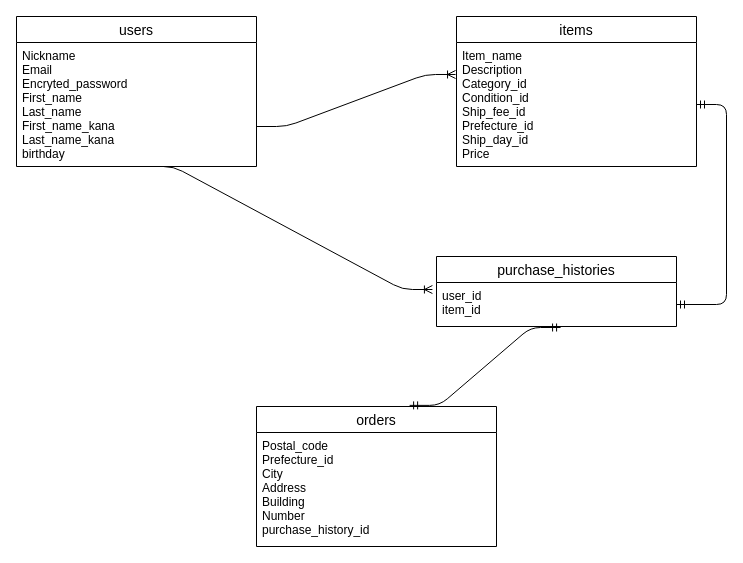
Before: ER図.dio in ogguraaaaa/furima-36552, a draw.io diagram. Source tidied: cells renumbered, new cells numbered last; positions are measured from the earlier drawing's top-left corner, leaving out a move shared by most shapes. Both pictures are drawn from the tidied source at 100%, with x=0, y=0 at pixel (16, 16).
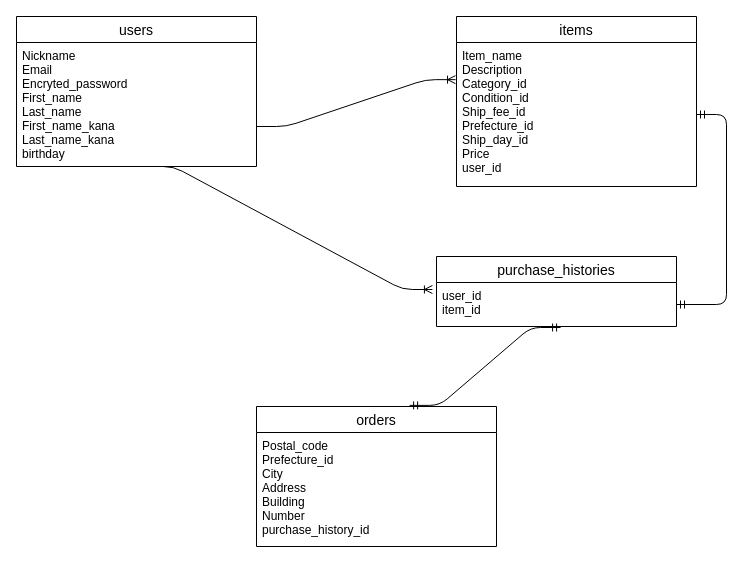
After the change.

Commit message (it also covers changes not shown here):
null: falseに修正

Diff of the diagram source:
```diff
@@
 <mxGraphModel>
   <root>
     <mxCell id="0" />
     <mxCell id="1" parent="0" />
     <mxCell id="2" value="users" style="swimlane;fontStyle=0;horizontal=1;startSize=26;align=center;fontSize=14;" parent="1" vertex="1">
       <mxGeometry width="240" height="150" as="geometry" />
     </mxCell>
     <mxCell id="3" value="Nickname&#10;Email&#10;Encryted_password&#10;First_name&#10;Last_name&#10;First_name_kana&#10;Last_name_kana&#10;birthday&#10;" style="text;strokeColor=none;fillColor=none;spacingLeft=4;spacingRight=4;overflow=hidden;points=[[0,0.5],[1,0.5]];portConstraint=eastwest;fontSize=12;" parent="2" vertex="1">
       <mxGeometry y="26" width="240" height="124" as="geometry" />
     </mxCell>
     <mxCell id="4" value="items" style="swimlane;fontStyle=0;horizontal=1;startSize=26;align=center;fontSize=14;" parent="1" vertex="1">
-      <mxGeometry x="440" width="240" height="150" as="geometry" />
+      <mxGeometry x="440" width="240" height="170" as="geometry" />
     </mxCell>
-    <mxCell id="5" value="Item_name&#10;Description&#10;Category_id&#10;Condition_id&#10;Ship_fee_id&#10;Prefecture_id&#10;Ship_day_id&#10;Price&#10;" style="text;strokeColor=none;fillColor=none;spacingLeft=4;spacingRight=4;overflow=hidden;points=[[0,0.5],[1,0.5]];portConstraint=eastwest;fontSize=12;" parent="4" vertex="1">
-      <mxGeometry y="26" width="240" height="124" as="geometry" />
+    <mxCell id="5" value="Item_name&#10;Description&#10;Category_id&#10;Condition_id&#10;Ship_fee_id&#10;Prefecture_id&#10;Ship_day_id&#10;Price&#10;user_id" style="text;strokeColor=none;fillColor=none;spacingLeft=4;spacingRight=4;overflow=hidden;points=[[0,0.5],[1,0.5]];portConstraint=eastwest;fontSize=12;" parent="4" vertex="1">
+      <mxGeometry y="26" width="240" height="144" as="geometry" />
     </mxCell>
     <mxCell id="6" value="orders" style="swimlane;fontStyle=0;horizontal=1;startSize=26;align=center;fontSize=14;" parent="1" vertex="1">
       <mxGeometry x="240" y="390" width="240" height="140" as="geometry" />
     </mxCell>
     <mxCell id="7" value="Postal_code&#10;Prefecture_id&#10;City&#10;Address&#10;Building&#10;Number&#10;purchase_history_id" style="text;strokeColor=none;fillColor=none;spacingLeft=4;spacingRight=4;overflow=hidden;fontSize=12;" parent="6" vertex="1">
       <mxGeometry y="26" width="240" height="114" as="geometry" />
     </mxCell>
     <mxCell id="8" value="purchase_histories" style="swimlane;fontStyle=0;horizontal=1;startSize=26;align=center;fontSize=14;" parent="1" vertex="1">
       <mxGeometry x="420" y="240" width="240" height="70" as="geometry" />
     </mxCell>
     <mxCell id="9" value="user_id&#10;item_id" style="text;strokeColor=none;fillColor=none;spacingLeft=4;spacingRight=4;overflow=hidden;points=[[0,0.5],[1,0.5]];portConstraint=eastwest;fontSize=12;" parent="8" vertex="1">
       <mxGeometry y="26" width="240" height="44" as="geometry" />
     </mxCell>
     <mxCell id="10" style="edgeStyle=entityRelationEdgeStyle;fontSize=12;html=1;endArrow=ERoneToMany;entryX=-0.004;entryY=0.258;entryDx=0;entryDy=0;entryPerimeter=0;" parent="1" edge="1" target="5">
       <mxGeometry relative="1" as="geometry">
         <mxPoint x="240" y="110" as="sourcePoint" />
       </mxGeometry>
     </mxCell>
     <mxCell id="11" style="edgeStyle=entityRelationEdgeStyle;fontSize=12;html=1;endArrow=ERmandOne;startArrow=ERmandOne;entryX=0.517;entryY=1.023;entryDx=0;entryDy=0;entryPerimeter=0;exitX=0.638;exitY=-0.008;exitDx=0;exitDy=0;exitPerimeter=0;" parent="1" edge="1" source="6" target="9">
       <mxGeometry relative="1" as="geometry" />
     </mxCell>
     <mxCell id="12" style="edgeStyle=entityRelationEdgeStyle;fontSize=12;html=1;endArrow=ERoneToMany;exitX=0.529;exitY=1;exitDx=0;exitDy=0;exitPerimeter=0;entryX=-0.017;entryY=0.159;entryDx=0;entryDy=0;entryPerimeter=0;" parent="1" edge="1" source="3" target="9">
       <mxGeometry relative="1" as="geometry" />
     </mxCell>
     <mxCell id="13" style="edgeStyle=entityRelationEdgeStyle;fontSize=12;html=1;endArrow=ERmandOne;startArrow=ERmandOne;" parent="1" edge="1" source="9" target="5">
       <mxGeometry relative="1" as="geometry" />
     </mxCell>
   </root>
 </mxGraphModel>
```
